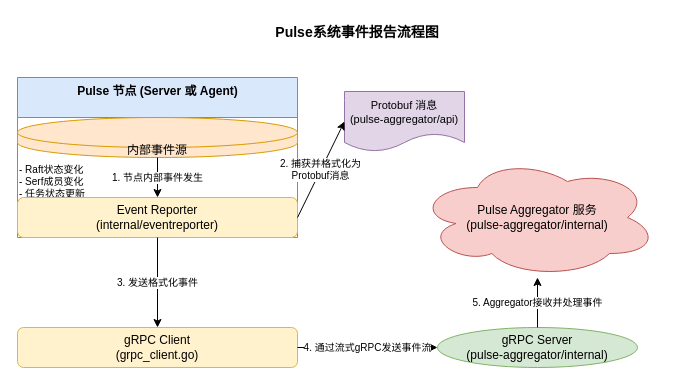
Before: projects/事件上报流程.drawio in hanzug/draw.io, a draw.io diagram. Source tidied: cells renumbered, new cells numbered last; positions are measured from the earlier drawing's top-left corner, leaving out a move shared by most shapes. Both pictures are drawn from the tidied source at 100%, with x=0, y=0 at pixel (17, 17).
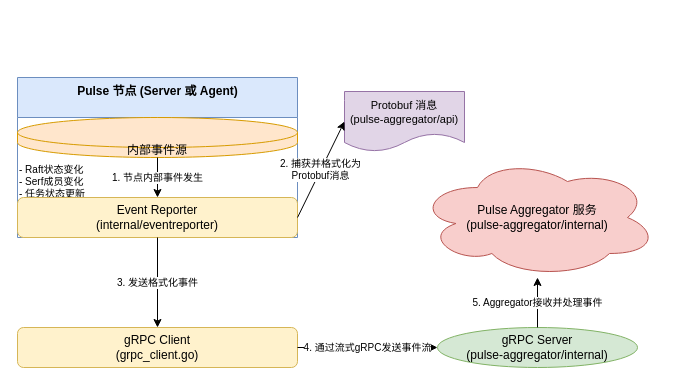
After the change.

Commit message:
更新事件上报流程.drawio

Change to the diagram source:
```diff
@@
 <mxGraphModel>
   <root>
     <mxCell id="0" />
     <mxCell id="1" parent="0" />
     <mxCell id="2" value="Pulse 节点 (Server 或 Agent)" style="swimlane;fontStyle=1;align=center;verticalAlign=top;horizontal=1;startSize=40;html=1;fillColor=#dae8fc;strokeColor=#6c8ebf;" parent="1" vertex="1">
       <mxGeometry y="60" width="280" height="160" as="geometry" />
     </mxCell>
     <mxCell id="3" value="内部事件源" style="shape=cylinder3;whiteSpace=wrap;html=1;boundedLbl=1;backgroundOutline=1;size=15;fontSize=12;fillColor=#ffe6cc;strokeColor=#d79b00;" parent="2" vertex="1">
       <mxGeometry y="40" width="280" height="40" as="geometry" />
     </mxCell>
     <mxCell id="4" value="- Raft状态变化&#10;- Serf成员变化&#10;- 任务状态更新" style="text;html=1;strokeColor=none;fillColor=none;align=left;verticalAlign=top;whiteSpace=wrap;rounded=0;fontSize=10;" parent="2" vertex="1">
       <mxGeometry y="80" width="280" height="40" as="geometry" />
     </mxCell>
     <mxCell id="5" value="Event Reporter&#10;(internal/eventreporter)" style="rounded=1;whiteSpace=wrap;html=1;fontSize=12;glass=0;strokeWidth=1;shadow=0;fillColor=#fff2cc;strokeColor=#d6b656;" parent="2" vertex="1">
       <mxGeometry y="120" width="280" height="40" as="geometry" />
     </mxCell>
     <mxCell id="6" value="gRPC Client&#10;(grpc_client.go)" style="rounded=1;whiteSpace=wrap;html=1;fontSize=12;glass=0;strokeWidth=1;shadow=0;fillColor=#fff2cc;strokeColor=#d6b656;" parent="1" vertex="1">
       <mxGeometry y="310" width="280" height="40" as="geometry" />
     </mxCell>
     <mxCell id="7" value="Pulse Aggregator 服务&#10;(pulse-aggregator/internal)" style="shape=cloud;whiteSpace=wrap;html=1;fontSize=12;fillColor=#f8cecc;strokeColor=#b85450;" parent="1" vertex="1">
       <mxGeometry x="400" y="140" width="240" height="120" as="geometry" />
     </mxCell>
     <mxCell id="8" value="gRPC Server&#10;(pulse-aggregator/internal)" style="ellipse;whiteSpace=wrap;html=1;fontSize=12;fillColor=#d5e8d4;strokeColor=#82b366;" parent="1" vertex="1">
       <mxGeometry x="420" y="310" width="200" height="40" as="geometry" />
     </mxCell>
     <mxCell id="9" value="Protobuf 消息&#10;(pulse-aggregator/api)" style="shape=document;whiteSpace=wrap;html=1;boundedLbl=1;fontSize=11;fillColor=#e1d5e7;strokeColor=#9673a6;" parent="1" vertex="1">
       <mxGeometry x="327" y="74" width="120" height="60" as="geometry" />
     </mxCell>
     <mxCell id="10" value="1. 节点内部事件发生" style="endArrow=classic;html=1;rounded=0;exitX=0.5;exitY=1;exitDx=0;exitDy=0;entryX=0.5;entryY=0;entryDx=0;entryDy=0;fontSize=10;" parent="1" edge="1" source="3" target="5">
       <mxGeometry relative="1" as="geometry" />
     </mxCell>
     <mxCell id="11" value="2. 捕获并格式化为&#10;Protobuf消息" style="endArrow=classic;html=1;rounded=0;exitX=1;exitY=0.5;exitDx=0;exitDy=0;entryX=0;entryY=0.5;entryDx=0;entryDy=0;fontSize=10;" parent="1" edge="1" source="5" target="9">
       <mxGeometry relative="1" as="geometry" />
     </mxCell>
     <mxCell id="12" value="3. 发送格式化事件" style="endArrow=classic;html=1;rounded=0;exitX=0.5;exitY=1;exitDx=0;exitDy=0;entryX=0.5;entryY=0;entryDx=0;entryDy=0;fontSize=10;" parent="1" edge="1" source="5" target="6">
       <mxGeometry relative="1" as="geometry" />
     </mxCell>
     <mxCell id="13" value="4. 通过流式gRPC发送事件流" style="endArrow=classic;html=1;rounded=0;exitX=1;exitY=0.5;exitDx=0;exitDy=0;entryX=0;entryY=0.5;entryDx=0;entryDy=0;fontSize=10;" parent="1" edge="1" source="6" target="8">
       <mxGeometry relative="1" as="geometry">
         <Array as="points">
           <mxPoint x="340" y="330" />
         </Array>
       </mxGeometry>
     </mxCell>
     <mxCell id="14" value="5. Aggregator接收并处理事件" style="endArrow=classic;html=1;rounded=0;exitX=0.5;exitY=0;exitDx=0;exitDy=0;entryX=0.5;entryY=1;entryDx=0;entryDy=0;fontSize=10;" parent="1" edge="1" source="8" target="7">
       <mxGeometry relative="1" as="geometry" />
     </mxCell>
-    <mxCell id="15" value="Pulse系统事件报告流程图" style="text;html=1;strokeColor=none;fillColor=none;align=center;verticalAlign=middle;whiteSpace=wrap;rounded=0;fontSize=14;fontStyle=1;" parent="1" vertex="1">
-      <mxGeometry x="200" width="280" height="30" as="geometry" />
-    </mxCell>
   </root>
 </mxGraphModel>
```
